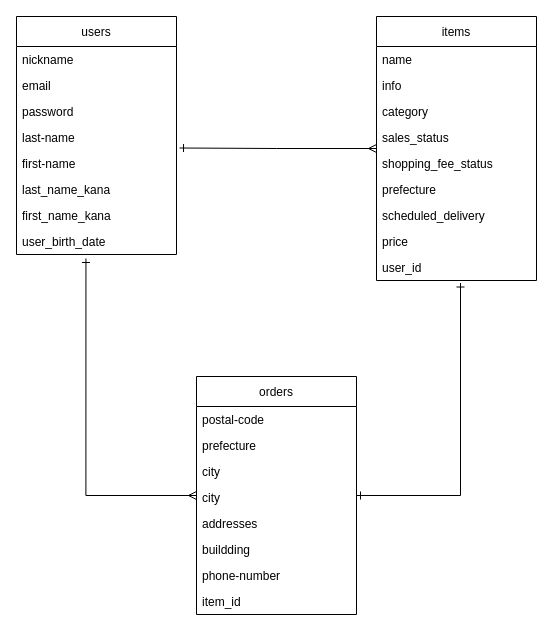
Earlier version of the draw.io diagram furima.dio (mikuma1/furima-31094). Source tidied: cells renumbered, new cells numbered last; positions are measured from the earlier drawing's top-left corner, leaving out a move shared by most shapes. Both pictures are drawn from the tidied source at 100%, with x=0, y=0 at pixel (16, 16).
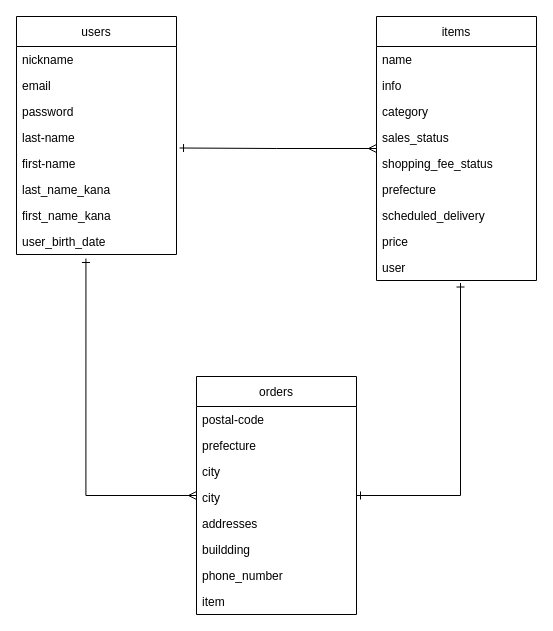
Above is the later version.

Commit message (it also covers changes not shown here):
references型のカラム名'_id'省略

Unchanged cells that the change refers to:
```xml
<mxCell id="3" value="items" style="swimlane;fontStyle=0;horizontal=1;startSize=30;fillColor=none;" parent="1" vertex="1">
  <mxGeometry x="360" width="160" height="264" as="geometry" />
</mxCell>
<mxCell id="24" value="orders" style="swimlane;fontStyle=0;horizontal=1;startSize=30;fillColor=none;" parent="1" vertex="1">
  <mxGeometry x="180" y="360" width="160" height="238" as="geometry" />
</mxCell>
```

The edit, as a diff of the source:
```diff
@@
-    <mxCell id="12" value="user_id" style="text;strokeColor=none;fillColor=none;align=left;verticalAlign=top;spacingLeft=4;spacingRight=4;overflow=hidden;points=[[0,0.5],[1,0.5]];portConstraint=eastwest;" parent="3" vertex="1">
+    <mxCell id="12" value="user" style="text;strokeColor=none;fillColor=none;align=left;verticalAlign=top;spacingLeft=4;spacingRight=4;overflow=hidden;points=[[0,0.5],[1,0.5]];portConstraint=eastwest;" parent="3" vertex="1">
       <mxGeometry y="238" width="160" height="26" as="geometry" />
     </mxCell>
@@
-    <mxCell id="31" value="phone-number" style="text;strokeColor=none;fillColor=none;align=left;verticalAlign=top;spacingLeft=4;spacingRight=4;overflow=hidden;" parent="24" vertex="1">
+    <mxCell id="31" value="phone_number" style="text;strokeColor=none;fillColor=none;align=left;verticalAlign=top;spacingLeft=4;spacingRight=4;overflow=hidden;" parent="24" vertex="1">
       <mxGeometry y="186" width="160" height="26" as="geometry" />
     </mxCell>
-    <mxCell id="32" value="item_id" style="text;strokeColor=none;fillColor=none;align=left;verticalAlign=top;spacingLeft=4;spacingRight=4;overflow=hidden;" parent="24" vertex="1">
+    <mxCell id="32" value="item" style="text;strokeColor=none;fillColor=none;align=left;verticalAlign=top;spacingLeft=4;spacingRight=4;overflow=hidden;" parent="24" vertex="1">
       <mxGeometry y="212" width="160" height="26" as="geometry" />
     </mxCell>
```
